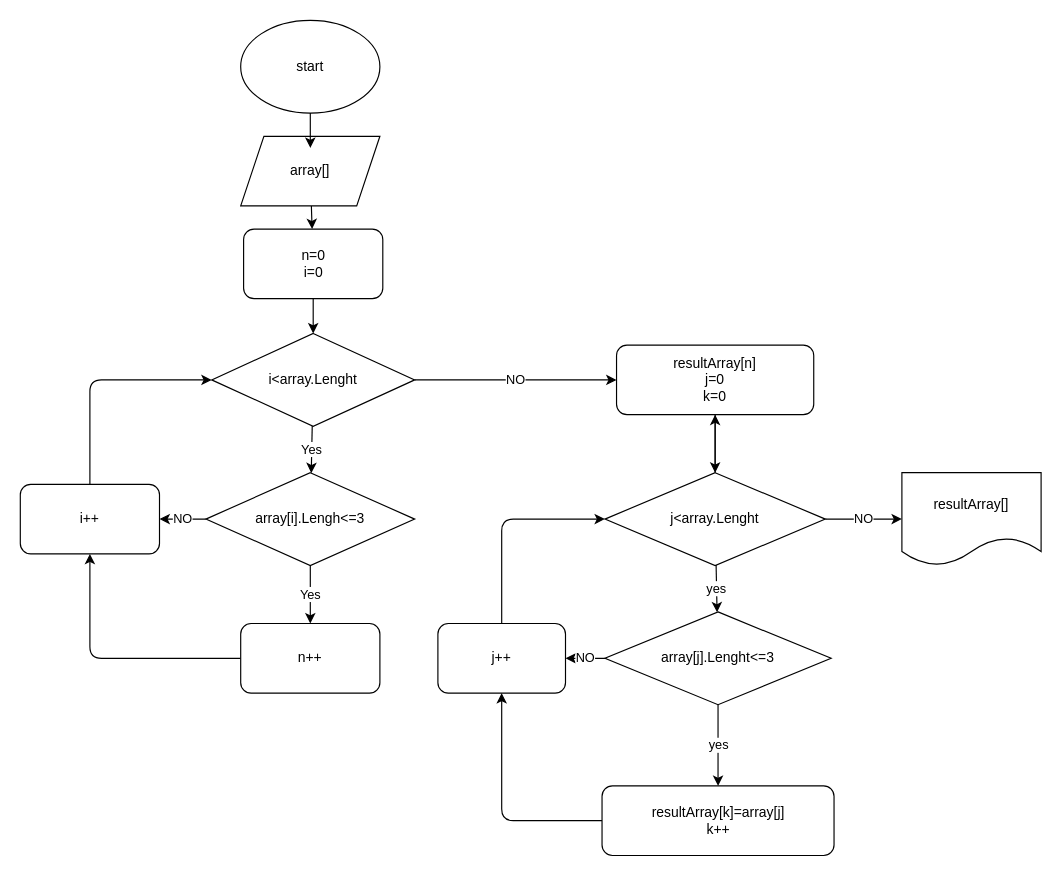
This is BlockDiagram.drawio from klimiwe/finalWorkFirstQuarter, a draw.io file, before an edit. Source tidied: cells renumbered, new cells numbered last; positions are measured from the earlier drawing's top-left corner, leaving out a move shared by most shapes. Both pictures are drawn from the tidied source at 116%, with x=0, y=0 at pixel (20, 20).
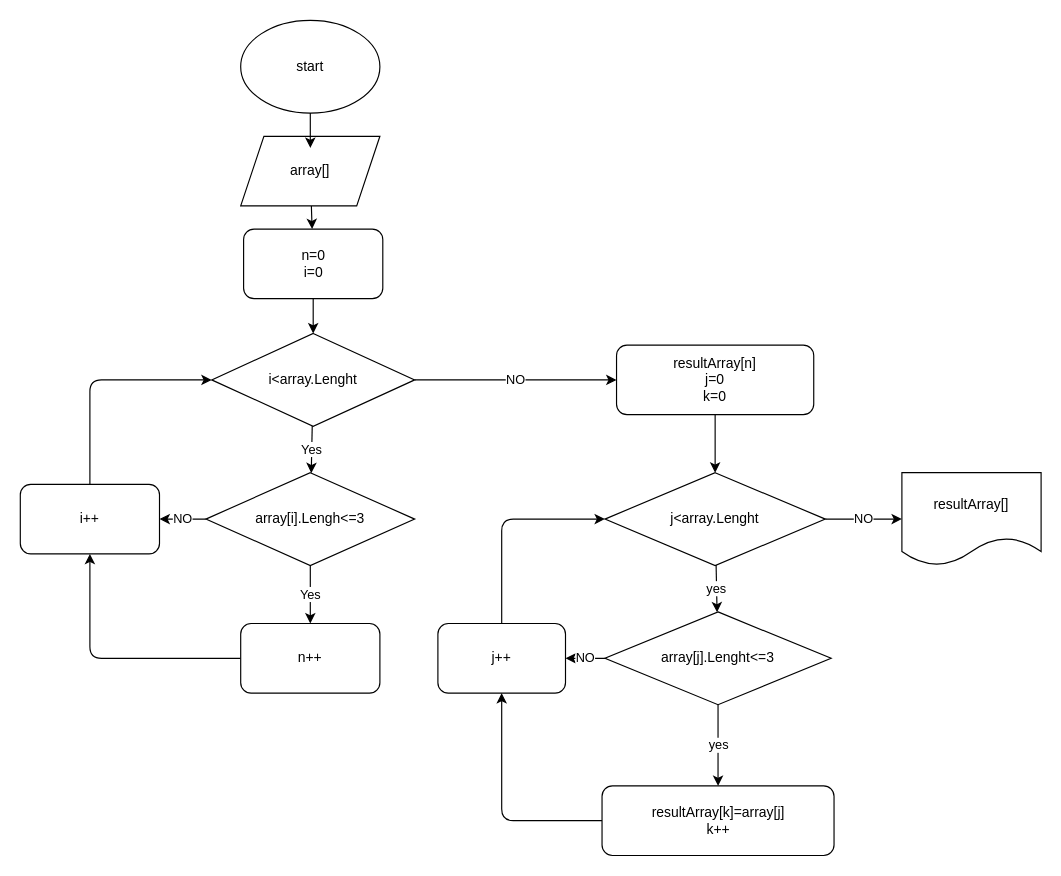
Above is the later version.

Unchanged cells that the change refers to:
```xml
<mxCell id="19" value="resultArray[n]&lt;br&gt;j=0&lt;br&gt;k=0" style="rounded=1;whiteSpace=wrap;html=1;" parent="1" vertex="1">
  <mxGeometry x="514" y="280" width="170" height="60" as="geometry" />
</mxCell>
<mxCell id="23" value="j&amp;lt;array.Lenght" style="rhombus;whiteSpace=wrap;html=1;" parent="1" vertex="1">
  <mxGeometry x="504" y="390" width="190" height="80" as="geometry" />
</mxCell>
```

What changed in the source:
```diff
@@
-    <mxCell id="21" style="edgeStyle=none;html=1;" parent="1" edge="1" source="23" target="19">
-      <mxGeometry relative="1" as="geometry" />
-    </mxCell>
```
